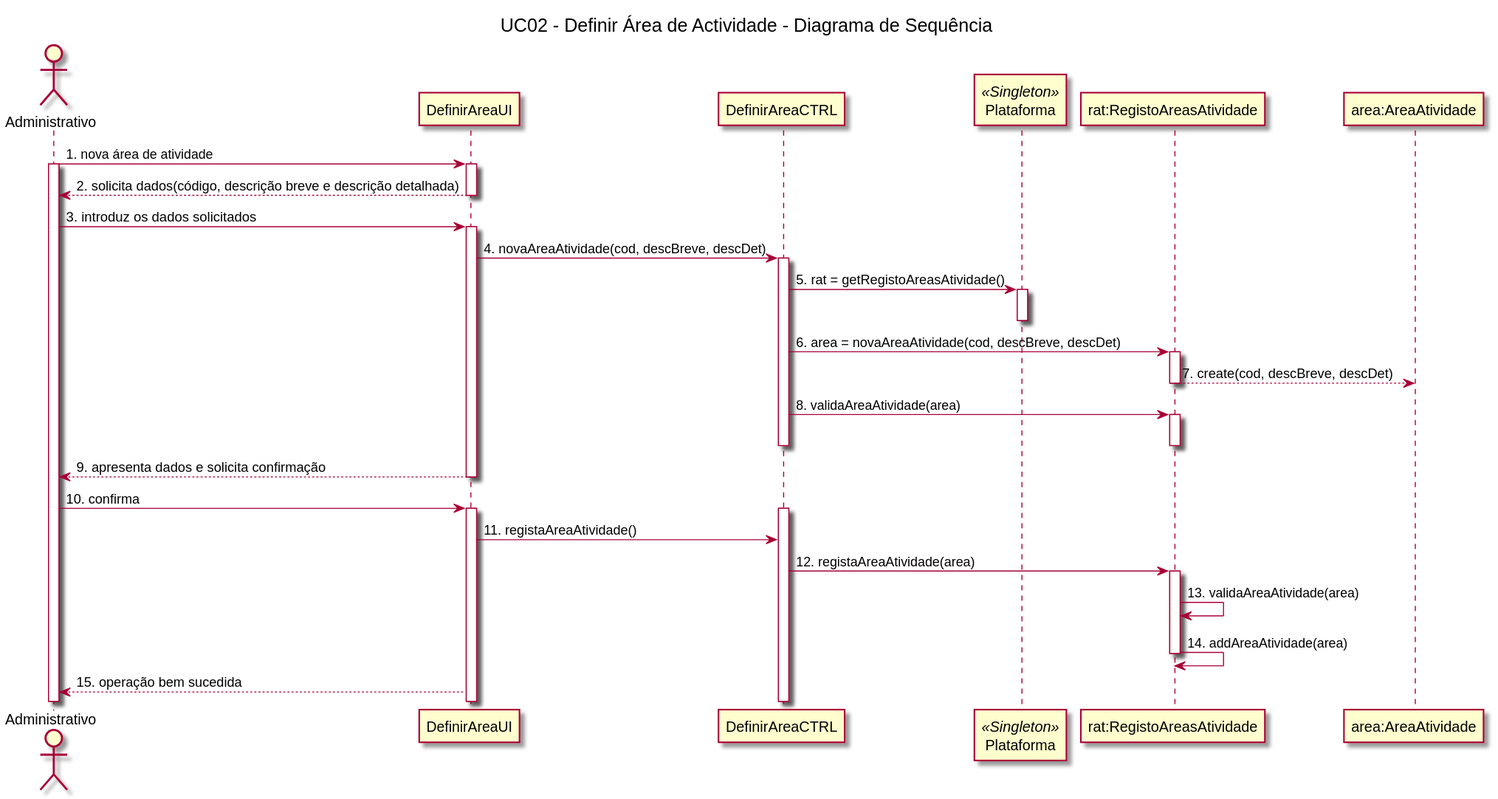
The PlantUML diagram Sprint 2/UC02_Definir_Area_Atividade/UC02_Definir_Area_Actividade_Diagrama_Sequencia.svg in blestonbandeiraUPSKILL/upskill_java1_labprg_grupo2, before a commit. Its diagram source:
```plantuml
@startuml
title UC02 - Definir Área de Actividade - Diagrama de Sequência

actor Administrativo
participant Administrativo
participant DefinirAreaUI
participant DefinirAreaCTRL
participant Plataforma <<Singleton>>
participant "rat:RegistoAreasAtividade" as RepositorioAreaAtividade
participant "area:AreaAtividade" as AreaAtividade

Administrativo -> DefinirAreaUI: 1. nova área de atividade
activate Administrativo
activate DefinirAreaUI
DefinirAreaUI --> Administrativo: 2. solicita dados(código, descrição breve e descrição detalhada)
deactivate DefinirAreaUI

Administrativo -> DefinirAreaUI: 3. introduz os dados solicitados
activate DefinirAreaUI
DefinirAreaUI -> DefinirAreaCTRL: 4. novaAreaAtividade(cod, descBreve, descDet)
activate DefinirAreaCTRL
DefinirAreaCTRL -> Plataforma: 5. rat = getRegistoAreasAtividade()
activate Plataforma
deactivate Plataforma
DefinirAreaCTRL -> RepositorioAreaAtividade: 6. area = novaAreaAtividade(cod, descBreve, descDet)
activate RepositorioAreaAtividade
RepositorioAreaAtividade --> AreaAtividade: 7. create(cod, descBreve, descDet)

deactivate RepositorioAreaAtividade
DefinirAreaCTRL -> RepositorioAreaAtividade: 8. validaAreaAtividade(area)

activate RepositorioAreaAtividade
deactivate RepositorioAreaAtividade
deactivate DefinirAreaCTRL
DefinirAreaUI --> Administrativo: 9. apresenta dados e solicita confirmação
deactivate DefinirAreaUI
Administrativo -> DefinirAreaUI: 10. confirma
activate DefinirAreaUI
activate DefinirAreaCTRL
DefinirAreaUI -> DefinirAreaCTRL: 11. registaAreaAtividade()
DefinirAreaCTRL -> RepositorioAreaAtividade: 12. registaAreaAtividade(area)
activate RepositorioAreaAtividade
RepositorioAreaAtividade -> RepositorioAreaAtividade: 13. validaAreaAtividade(area)
RepositorioAreaAtividade -> RepositorioAreaAtividade: 14. addAreaAtividade(area)
deactivate RepositorioAreaAtividade
DefinirAreaUI --> Administrativo: 15. operação bem sucedida

@enduml
```
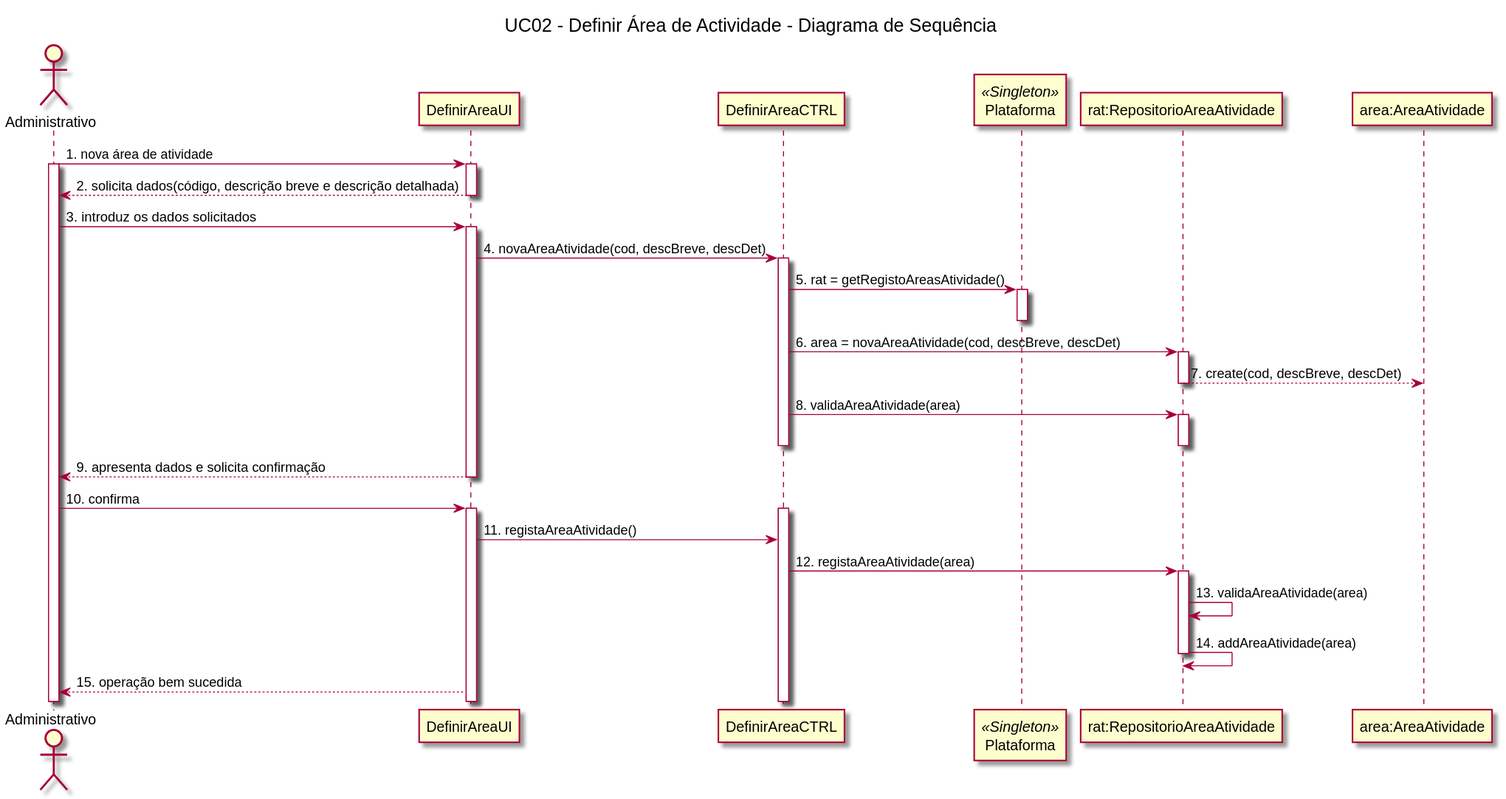
Later version of the same file.

Diff of the diagram source:
```diff
@@ -6,7 +6,7 @@
 participant DefinirAreaUI
 participant DefinirAreaCTRL
 participant Plataforma <<Singleton>>
-participant "rat:RegistoAreasAtividade" as RepositorioAreaAtividade
+participant "rat:RepositorioAreaAtividade" as RepositorioAreaAtividade
 participant "area:AreaAtividade" as AreaAtividade
 
 Administrativo -> DefinirAreaUI: 1. nova área de atividade
```
